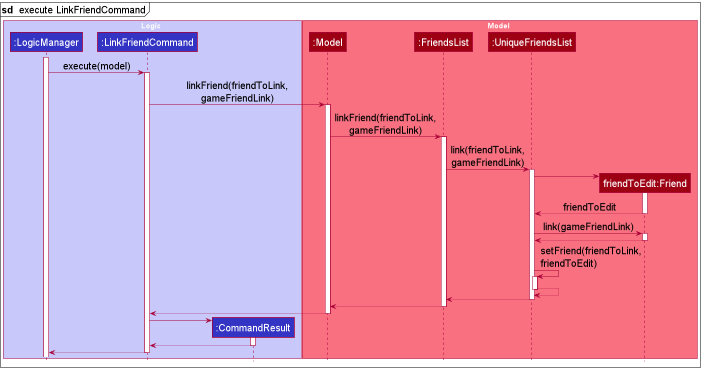
Above: docs/images/LinkSequenceDiagram2.png in nus-cs2103-AY2122S1/tp (PlantUML), before the change.
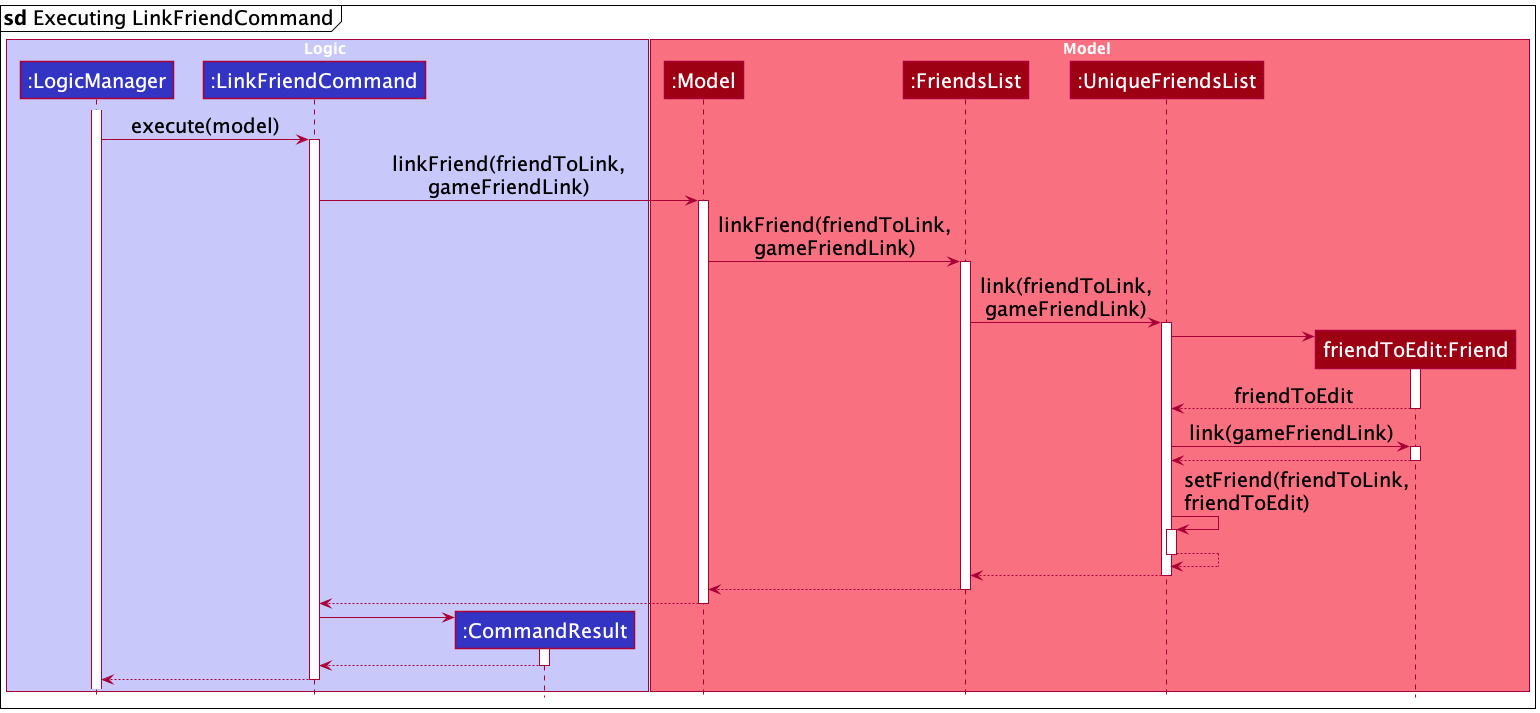
After the change.

Diff of the diagram source:
```diff
@@ -3,7 +3,7 @@
 skinparam defaultFontSize 20
 skinparam maxMessageSize 10
 
-mainframe **sd**  execute LinkFriendCommand
+mainframe **sd** Executing LinkFriendCommand
 
 box Logic LOGIC_COLOR_T1
 
```
